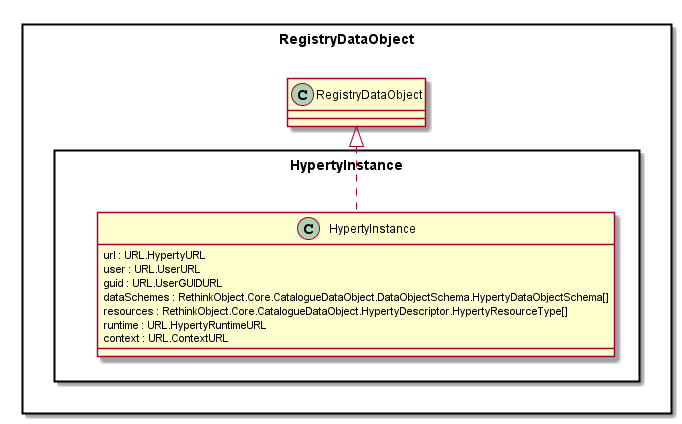
Before: docs/datamodel/core/hyperty-registry/Hyperty-Instance-Data-Object-Model.png, a diagram exported from PlantUML (reTHINK-project/dev-service-framework).
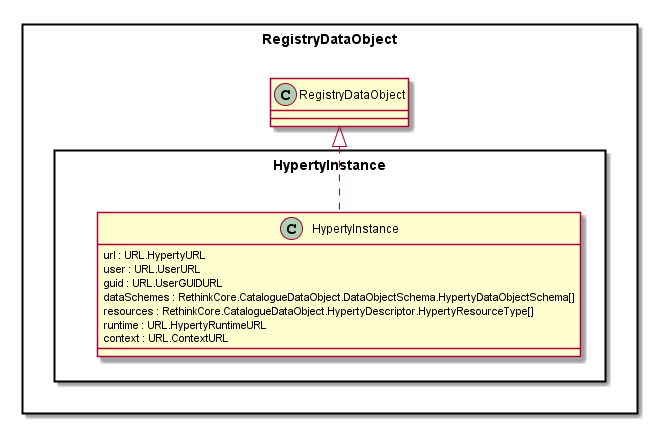
The same file after the commit.

What changed in the source:
```diff
@@ -1,5 +1,4 @@
 @startuml "../../docs/datamodel/core/hyperty-registry/Hyperty-Instance-Data-Object-Model.png"
-
 
 package RegistryDataObject <<Rect>> {
 
@@ -9,16 +8,14 @@
 			url : URL.HypertyURL
 			user : URL.UserURL
 			guid : URL.UserGUIDURL
-			dataSchemes : RethinkObject.Core.CatalogueDataObject.DataObjectSchema.HypertyDataObjectSchema[]
-			resources : RethinkObject.Core.CatalogueDataObject.HypertyDescriptor.HypertyResourceType[]
+			dataSchemes : RethinkCore.CatalogueDataObject.DataObjectSchema.HypertyDataObjectSchema[]
+			resources : RethinkCore.CatalogueDataObject.HypertyDescriptor.HypertyResourceType[]
 			runtime : URL.HypertyRuntimeURL
 			context : URL.ContextURL
-
 		}
 
+		HypertyInstance .up.|> RegistryDataObject.RegistryDataObject
 	}
-
-	HypertyInstance .up.|> RegistryDataObject.RegistryDataObject
 }
 
 @enduml
```
